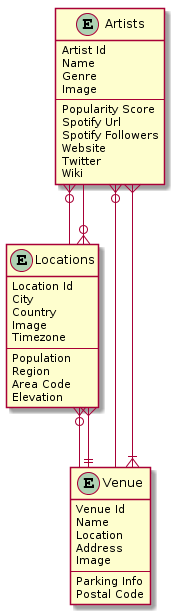
Above: uml-diagram.png in avelaga/band-together (PlantUML), before the change. Its diagram source:
```plantuml
@startuml
skinparam linetype ortho

entity Artists {
    Artist Id
    Name
    Genre
    Image
    --
    Popularity Score
    Spotify Url
    Spotify Followers
    Website
    Twitter
    Wiki
}

entity Locations {
    Location Id
    City
    Country
    Image
    Timezone
    --
    Population
    Region
    Area Code
    Elevation
}

entity Venue {
   Venue Id
   Name
   Location
   Address
   Image
   --
   Parking Info
   Postal Code
}



Venue }|--{ Artists
Venue ||--{ Locations

Artists }o-- Venue
Artists }o-- Locations

Locations }o-- Venue
Locations }o-- Artists
@enduml
```
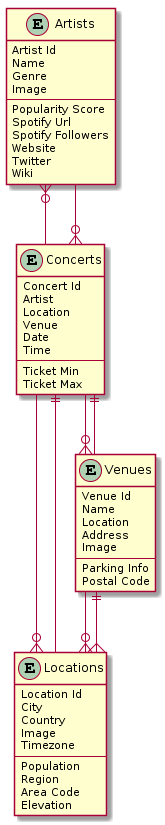
The same diagram one commit later.

Commit message:
added concerts model

Diff of the diagram source:
```diff
@@ -28,7 +28,7 @@
     Elevation
 }
 
-entity Venue {
+entity Venues {
    Venue Id
    Name
    Location
@@ -39,14 +39,29 @@
    Postal Code
 }
 
+entity Concerts {
+    Concert Id
+    Artist
+    Location
+    Venue
+    Date
+    Time
+    --
+    Ticket Min
+    Ticket Max
+}
 
 
-Venue }|--{ Artists
-Venue ||--{ Locations
 
-Artists }o-- Venue
-Artists }o-- Locations
+Venues ||--{ Locations
+Venues }o-- Concerts
 
-Locations }o-- Venue
-Locations }o-- Artists
+Artists }o-- Concerts
+
+Locations }o-- Venues
+Locations }o-- Concerts
+
+Concerts }o-- Artists
+Concerts ||-- Venues
+Concerts ||-- Locations
 @enduml
```
